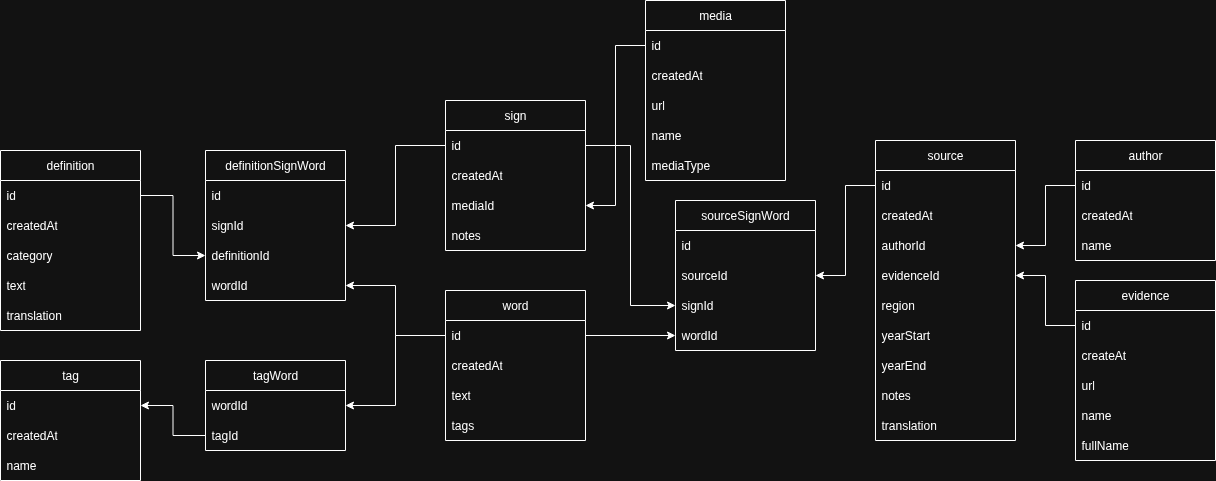
The draw.io diagram database_schema.png in Hoinkas/SignArchive, before a commit. Source tidied: cells renumbered, new cells last; positions are measured from the earlier drawing's top-left corner, leaving out a move shared by most shapes.
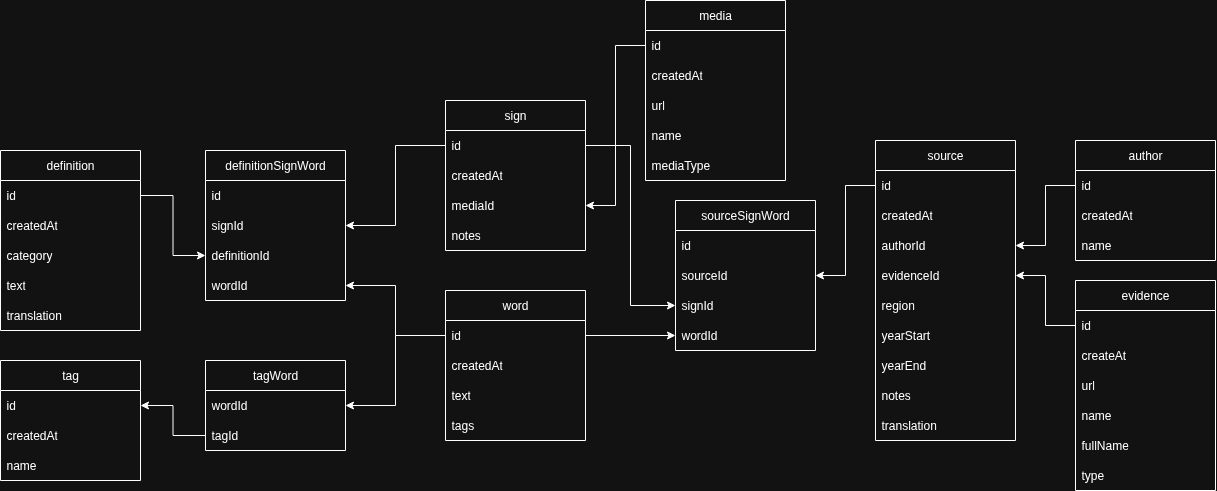
Above is the later version.

Commit message:
Added type variable to evidences

Diff of the diagram source:
```diff
@@ -90,7 +90,7 @@
       <mxGeometry y="120" width="140" height="30" as="geometry" />
     </mxCell>
     <mxCell id="31" value="evidence" style="swimlane;fontStyle=0;horizontal=1;startSize=30;whiteSpace=wrap;html=1;" parent="1" vertex="1">
-      <mxGeometry x="1075" y="280" width="140" height="180" as="geometry" />
+      <mxGeometry x="1075" y="280" width="140" height="210" as="geometry" />
     </mxCell>
     <mxCell id="32" value="id" style="text;strokeColor=none;fillColor=none;align=left;verticalAlign=middle;spacingLeft=4;spacingRight=4;overflow=hidden;points=[[0,0.5],[1,0.5]];portConstraint=eastwest;whiteSpace=wrap;html=1;" parent="31" vertex="1">
       <mxGeometry y="30" width="140" height="30" as="geometry" />
@@ -107,6 +107,9 @@
     <mxCell id="36" value="fullName" style="text;strokeColor=none;fillColor=none;align=left;verticalAlign=middle;spacingLeft=4;spacingRight=4;overflow=hidden;whiteSpace=wrap;html=1;" parent="31" vertex="1">
       <mxGeometry y="150" width="140" height="30" as="geometry" />
     </mxCell>
+    <mxCell id="72" value="type" style="text;strokeColor=none;fillColor=none;align=left;verticalAlign=middle;spacingLeft=4;spacingRight=4;overflow=hidden;whiteSpace=wrap;html=1;" parent="31" vertex="1">
+      <mxGeometry y="180" width="140" height="30" as="geometry" />
+    </mxCell>
     <mxCell id="37" value="definition" style="swimlane;fontStyle=0;horizontal=1;startSize=30;whiteSpace=wrap;html=1;" parent="1" vertex="1">
       <mxGeometry y="150" width="140" height="180" as="geometry" />
     </mxCell>
```
